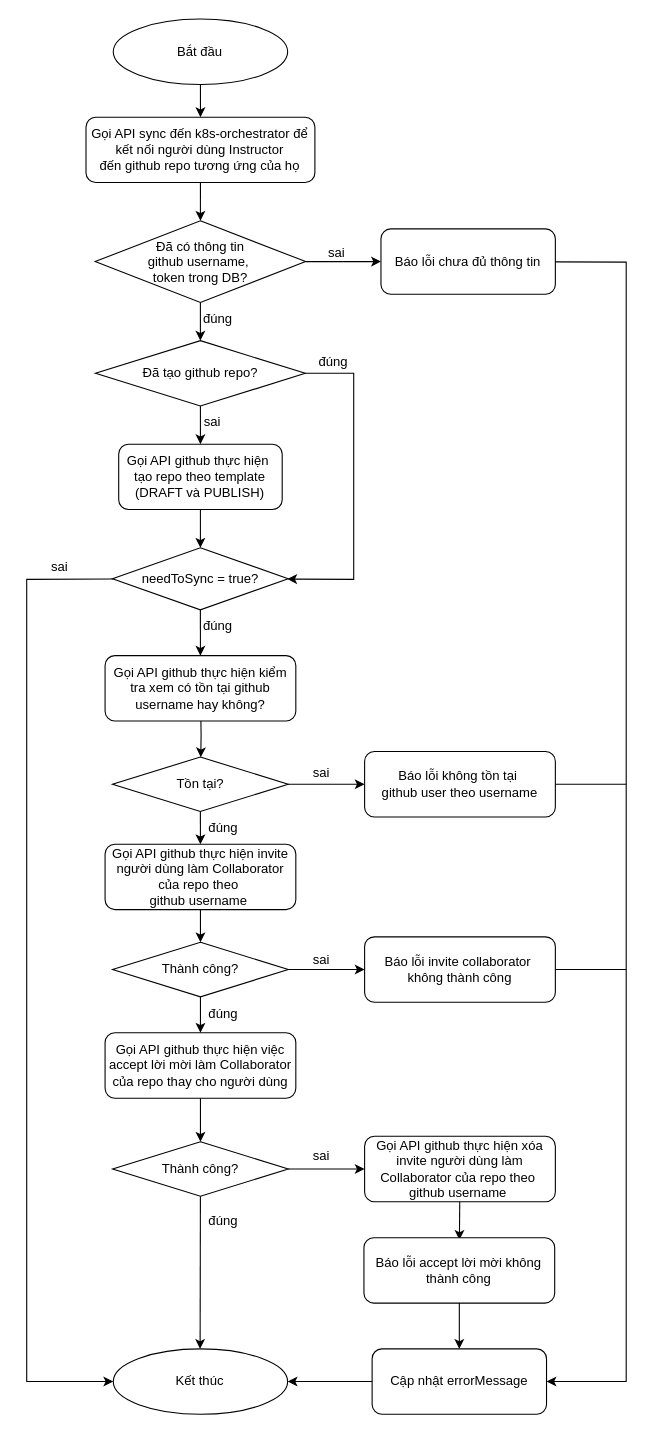
The draw.io diagram page "connect github repo" (6 of 7) of K8SCloudNut.drawio in hiep1097/drawio, before the edit. Source tidied: cells renumbered, new cells numbered last; positions are measured from the earlier drawing's top-left corner, leaving out a move shared by most shapes. Both pictures are drawn from the tidied source at 109%, with x=0, y=0 at pixel (26, 19).
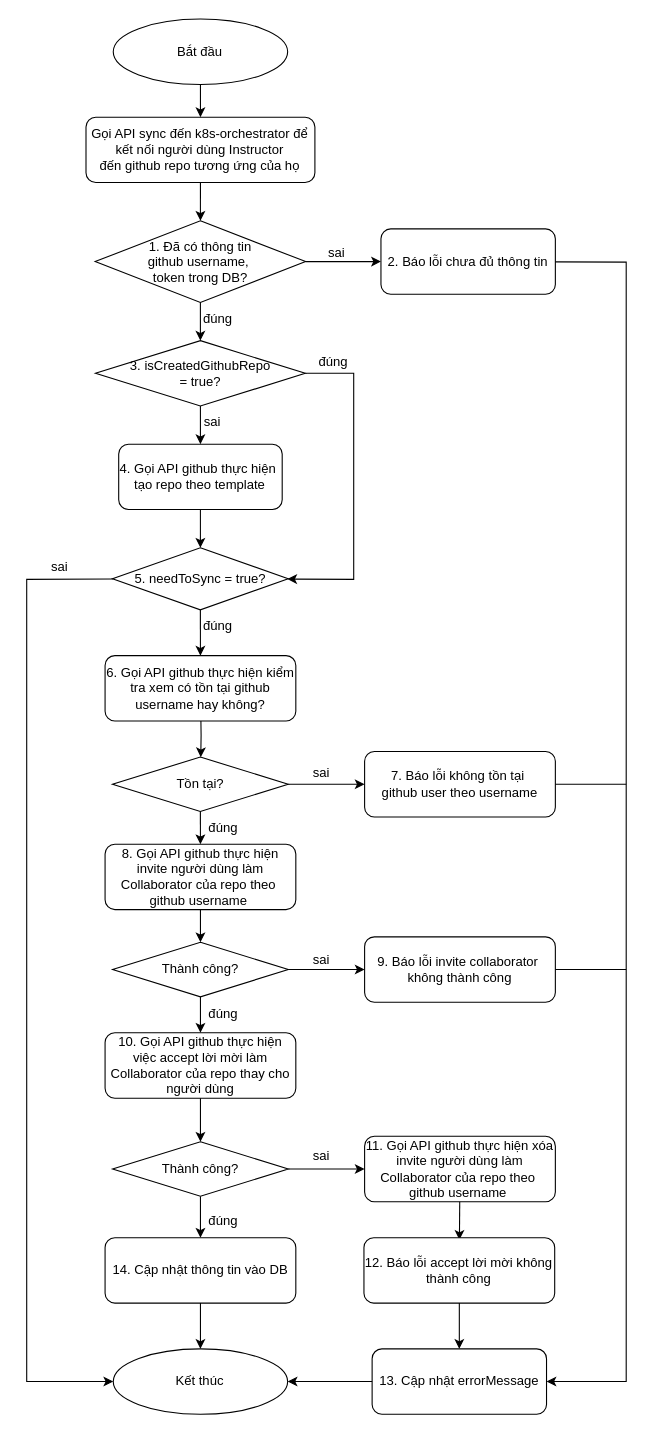
The same page after the edit.

Commit message (it also covers changes not shown here):
Cập nhật K8SCloudNut.drawio

Unchanged cells that the change refers to:
```xml
<mxCell id="15" value="Kết thúc" style="ellipse;whiteSpace=wrap;html=1;" parent="1" vertex="1">
  <mxGeometry x="79.4" y="1220" width="160" height="60" as="geometry" />
</mxCell>
<mxCell id="27" value="Thành công?" style="rhombus;whiteSpace=wrap;html=1;" parent="1" vertex="1">
  <mxGeometry x="78.8" y="1030" width="161.2" height="50" as="geometry" />
</mxCell>
```

The edit, as a diff of the source:
```diff
@@
-    <mxCell id="4" value="Đã có thông tin&lt;div&gt;&lt;span style=&quot;background-color: initial;&quot;&gt;github username,&amp;nbsp;&lt;/span&gt;&lt;div&gt;&lt;span style=&quot;background-color: initial;&quot;&gt;token trong DB?&lt;/span&gt;&lt;/div&gt;&lt;/div&gt;" style="rhombus;whiteSpace=wrap;html=1;" parent="1" vertex="1">
+    <mxCell id="4" value="1. Đã có thông tin&lt;div&gt;&lt;span style=&quot;background-color: initial;&quot;&gt;github username,&amp;nbsp;&lt;/span&gt;&lt;div&gt;&lt;span style=&quot;background-color: initial;&quot;&gt;token trong DB?&lt;/span&gt;&lt;/div&gt;&lt;/div&gt;" style="rhombus;whiteSpace=wrap;html=1;" parent="1" vertex="1">
       <mxGeometry x="62.8" y="185" width="193.1" height="75" as="geometry" />
     </mxCell>
-    <mxCell id="5" value="Báo lỗi chưa đủ thông tin" style="rounded=1;whiteSpace=wrap;html=1;" parent="1" vertex="1">
+    <mxCell id="5" value="2. Báo lỗi chưa đủ thông tin" style="rounded=1;whiteSpace=wrap;html=1;" parent="1" vertex="1">
       <mxGeometry x="325" y="192.5" width="160" height="60" as="geometry" />
     </mxCell>
-    <mxCell id="6" value="Gọi API github thực hiện&amp;nbsp;&lt;div&gt;tạo repo theo template (DRAFT và PUBLISH)&lt;/div&gt;" style="rounded=1;whiteSpace=wrap;html=1;" parent="1" vertex="1">
+    <mxCell id="6" value="4. Gọi API github thực hiện&amp;nbsp;&lt;div&gt;tạo repo theo template&lt;/div&gt;" style="rounded=1;whiteSpace=wrap;html=1;" parent="1" vertex="1">
       <mxGeometry x="84.4" y="390" width="150" height="60" as="geometry" />
     </mxCell>
-    <mxCell id="7" value="Đã tạo github repo?" style="rhombus;whiteSpace=wrap;html=1;" parent="1" vertex="1">
+    <mxCell id="7" value="3. isCreatedGithubRepo&lt;div&gt;= true?&lt;/div&gt;" style="rhombus;whiteSpace=wrap;html=1;" parent="1" vertex="1">
       <mxGeometry x="63.1" y="295" width="192.5" height="60" as="geometry" />
     </mxCell>
@@
-    <mxCell id="13" value="Gọi API github thực hiện invite người dùng làm Collaborator của repo theo&amp;nbsp;&lt;div&gt;github username&amp;nbsp;&lt;/div&gt;" style="rounded=1;whiteSpace=wrap;html=1;" parent="1" vertex="1">
+    <mxCell id="13" value="8. Gọi API github thực hiện invite người dùng làm Collaborator của repo theo&amp;nbsp;&lt;div&gt;github username&amp;nbsp;&lt;/div&gt;" style="rounded=1;whiteSpace=wrap;html=1;" parent="1" vertex="1">
       <mxGeometry x="71.9" y="757" width="175" height="60" as="geometry" />
     </mxCell>
-    <mxCell id="14" value="Gọi API github thực hiện việc accept lời mời làm Collaborator của repo thay cho người dùng" style="rounded=1;whiteSpace=wrap;html=1;" parent="1" vertex="1">
+    <mxCell id="14" value="10. Gọi API github thực hiện việc accept lời mời làm Collaborator của repo thay cho người dùng" style="rounded=1;whiteSpace=wrap;html=1;" parent="1" vertex="1">
       <mxGeometry x="71.9" y="930" width="175" height="60" as="geometry" />
     </mxCell>
@@
-    <mxCell id="17" style="endArrow=classic;html=1;rounded=0;" parent="1" edge="1" source="27" target="15">
+    <mxCell id="17" style="endArrow=classic;html=1;rounded=0;" parent="1" edge="1" source="27" target="57">
       <mxGeometry relative="1" as="geometry" />
     </mxCell>
@@
-    <mxCell id="20" value="Cập nhật errorMessage" style="rounded=1;whiteSpace=wrap;html=1;" parent="1" vertex="1">
+    <mxCell id="20" value="13. Cập nhật errorMessage" style="rounded=1;whiteSpace=wrap;html=1;" parent="1" vertex="1">
       <mxGeometry x="316.9" y="1220" width="160" height="60" as="geometry" />
     </mxCell>
@@
-    <mxCell id="23" value="needToSync = true?" style="rhombus;whiteSpace=wrap;html=1;" parent="1" vertex="1">
+    <mxCell id="23" value="5. needToSync = true?" style="rhombus;whiteSpace=wrap;html=1;" parent="1" vertex="1">
       <mxGeometry x="78.7" y="485" width="161.2" height="57" as="geometry" />
     </mxCell>
-    <mxCell id="24" value="Gọi API github thực hiện kiểm tra xem có tồn tại github username hay không?" style="rounded=1;whiteSpace=wrap;html=1;" parent="1" vertex="1">
+    <mxCell id="24" value="6. Gọi API github thực hiện kiểm tra xem có tồn tại github username hay không?" style="rounded=1;whiteSpace=wrap;html=1;" parent="1" vertex="1">
       <mxGeometry x="71.9" y="584" width="175" height="60" as="geometry" />
     </mxCell>
@@
-    <mxCell id="28" value="Gọi API github thực hiện xóa invite người dùng làm Collaborator của repo theo&amp;nbsp;&lt;div&gt;github username&amp;nbsp;&lt;/div&gt;" style="rounded=1;whiteSpace=wrap;html=1;" parent="1" vertex="1">
+    <mxCell id="28" value="11. Gọi API github thực hiện xóa invite người dùng làm Collaborator của repo theo&amp;nbsp;&lt;div&gt;github username&amp;nbsp;&lt;/div&gt;" style="rounded=1;whiteSpace=wrap;html=1;" parent="1" vertex="1">
       <mxGeometry x="310" y="1025" width="175" height="60" as="geometry" />
     </mxCell>
@@
-    <mxCell id="47" value="Báo lỗi không tồn tại&amp;nbsp;&lt;div&gt;github user theo username&lt;/div&gt;" style="rounded=1;whiteSpace=wrap;html=1;" parent="1" vertex="1">
+    <mxCell id="47" value="7. Báo lỗi không tồn tại&amp;nbsp;&lt;div&gt;github user theo username&lt;/div&gt;" style="rounded=1;whiteSpace=wrap;html=1;" parent="1" vertex="1">
       <mxGeometry x="310" y="672" width="175" height="60" as="geometry" />
     </mxCell>
@@
-    <mxCell id="51" value="Báo lỗi invite collaborator&amp;nbsp;&lt;div&gt;không thành công&lt;/div&gt;" style="rounded=1;whiteSpace=wrap;html=1;" parent="1" vertex="1">
+    <mxCell id="51" value="9. Báo lỗi invite collaborator&amp;nbsp;&lt;div&gt;không thành công&lt;/div&gt;" style="rounded=1;whiteSpace=wrap;html=1;" parent="1" vertex="1">
       <mxGeometry x="310" y="842" width="175" height="60" as="geometry" />
     </mxCell>
@@
-    <mxCell id="55" value="Báo lỗi accept lời mời không thành công" style="rounded=1;whiteSpace=wrap;html=1;" parent="1" vertex="1">
+    <mxCell id="55" value="12. Báo lỗi accept lời mời không thành công" style="rounded=1;whiteSpace=wrap;html=1;" parent="1" vertex="1">
       <mxGeometry x="309.4" y="1118" width="175" height="60" as="geometry" />
     </mxCell>
@@
+    <mxCell id="57" value="14. Cập nhật thông tin vào DB" style="rounded=1;whiteSpace=wrap;html=1;" parent="1" vertex="1">
+      <mxGeometry x="71.9" y="1118" width="175" height="60" as="geometry" />
+    </mxCell>
+    <mxCell id="58" style="endArrow=classic;html=1;rounded=0;" parent="1" edge="1" source="57" target="15">
+      <mxGeometry relative="1" as="geometry" />
+    </mxCell>
```
